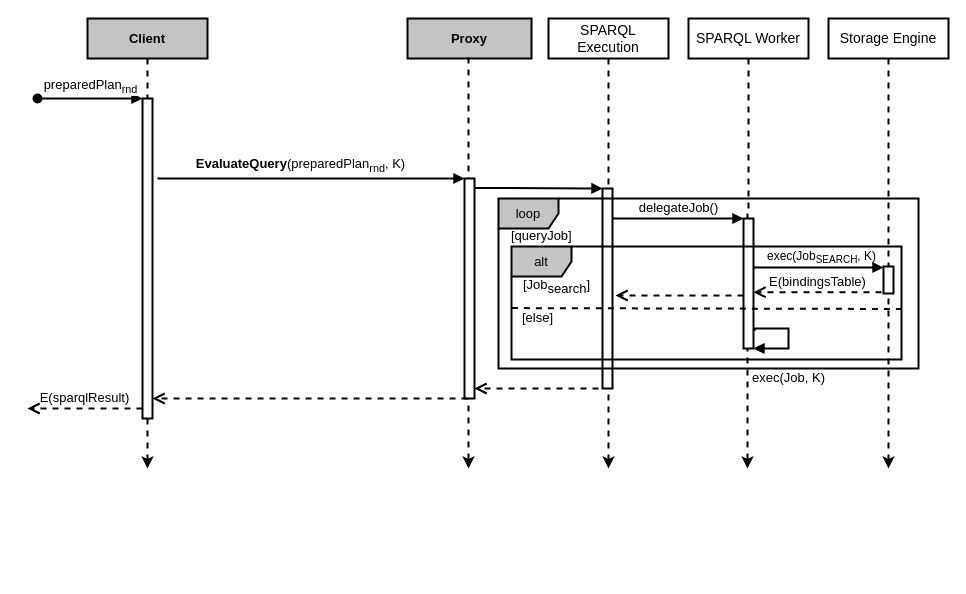
The draw.io diagram page "SEnTriQ (Query Evaluation)" (8 of 9) of Dissertation/Figures/Diagrams/Diagrams.drawio in DCebola/SEnTriS, before the edit. Source tidied: cells renumbered, new cells numbered last; positions are measured from the earlier drawing's top-left corner, leaving out a move shared by most shapes. Both pictures are drawn from the tidied source at 100%, with x=0, y=0 at pixel (27, 18).
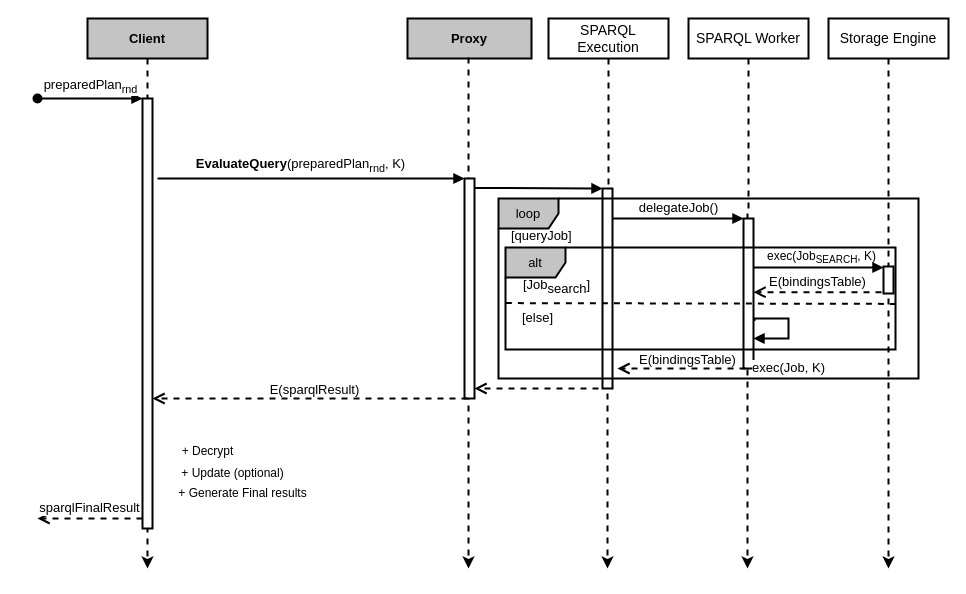
The same diagram, later.

Commit message (it also covers changes not shown here):
update eval figure to highlight update operations as well

Unchanged cells that the change refers to:
```xml
<mxCell id="2" value="Client" style="rounded=0;whiteSpace=wrap;html=1;fontStyle=1;fontSize=13;fillStyle=auto;strokeWidth=2;fillColor=#C4C4C4;" parent="1" vertex="1">
  <mxGeometry x="60" width="120" height="40" as="geometry" />
</mxCell>
<mxCell id="3" value="Proxy" style="rounded=0;whiteSpace=wrap;html=1;fontStyle=1;fontSize=13;strokeWidth=2;fillColor=#C4C4C4;" parent="1" vertex="1">
  <mxGeometry x="380" width="124" height="40" as="geometry" />
</mxCell>
<mxCell id="6" value="SPARQL Execution" style="rounded=0;whiteSpace=wrap;html=1;fontStyle=0;fontSize=14;fillColor=none;strokeWidth=2;" parent="1" vertex="1">
  <mxGeometry x="521" width="120" height="40" as="geometry" />
</mxCell>
<mxCell id="8" value="SPARQL Worker" style="rounded=0;whiteSpace=wrap;html=1;fontStyle=0;fontSize=14;fillColor=none;strokeWidth=2;" parent="1" vertex="1">
  <mxGeometry x="661" width="120" height="40" as="geometry" />
</mxCell>
<mxCell id="10" value="Storage Engine" style="rounded=0;whiteSpace=wrap;html=1;fontStyle=0;fontSize=14;strokeWidth=2;" parent="1" vertex="1">
  <mxGeometry x="801" width="120" height="40" as="geometry" />
</mxCell>
<mxCell id="31" style="html=1;verticalAlign=bottom;endArrow=open;dashed=1;endSize=8;curved=0;rounded=0;fontSize=13;jumpStyle=arc;strokeWidth=2;fontStyle=0;" parent="1" edge="1" target="13">
  <mxGeometry relative="1" as="geometry">
    <mxPoint x="440" y="380" as="sourcePoint" />
  </mxGeometry>
</mxCell>
```

Diff of the diagram source:
```diff
@@
     <mxCell id="4" style="edgeStyle=orthogonalEdgeStyle;rounded=0;jettySize=auto;html=1;exitX=0.5;exitY=1;exitDx=0;exitDy=0;dashed=1;fontSize=13;strokeWidth=2;fontStyle=0;" parent="1" edge="1" source="2">
       <mxGeometry relative="1" as="geometry">
-        <mxPoint x="120" y="450" as="targetPoint" />
+        <mxPoint x="120" y="550" as="targetPoint" />
         <Array as="points">
           <mxPoint x="120" y="195" />
         </Array>
       </mxGeometry>
     </mxCell>
     <mxCell id="5" style="edgeStyle=orthogonalEdgeStyle;rounded=0;jettySize=auto;html=1;exitX=0.5;exitY=1;exitDx=0;exitDy=0;dashed=1;fontSize=13;strokeWidth=2;fontStyle=0;" parent="1" edge="1" source="3">
       <mxGeometry relative="1" as="geometry">
-        <mxPoint x="441" y="450" as="targetPoint" />
+        <mxPoint x="441" y="550" as="targetPoint" />
         <Array as="points">
           <mxPoint x="441" y="40" />
         </Array>
       </mxGeometry>
     </mxCell>
@@
     <mxCell id="7" style="edgeStyle=orthogonalEdgeStyle;rounded=0;jettySize=auto;html=1;exitX=0.5;exitY=1;exitDx=0;exitDy=0;dashed=1;fontSize=13;strokeWidth=2;fontStyle=0;" parent="1" edge="1" source="6">
       <mxGeometry relative="1" as="geometry">
-        <mxPoint x="581" y="450" as="targetPoint" />
+        <mxPoint x="580" y="550" as="targetPoint" />
         <Array as="points">
           <mxPoint x="581" y="195" />
         </Array>
       </mxGeometry>
     </mxCell>
@@
     <mxCell id="9" style="edgeStyle=orthogonalEdgeStyle;rounded=0;jettySize=auto;html=1;exitX=0.5;exitY=1;exitDx=0;exitDy=0;dashed=1;fontSize=13;strokeWidth=2;fontStyle=0;" parent="1" edge="1" source="8">
       <mxGeometry relative="1" as="geometry">
-        <mxPoint x="720" y="450" as="targetPoint" />
+        <mxPoint x="720" y="550" as="targetPoint" />
         <Array as="points">
           <mxPoint x="721" y="195" />
         </Array>
       </mxGeometry>
     </mxCell>
@@
     <mxCell id="11" style="edgeStyle=orthogonalEdgeStyle;rounded=0;jettySize=auto;html=1;exitX=0.5;exitY=1;exitDx=0;exitDy=0;dashed=1;fontSize=13;strokeWidth=2;fontStyle=0;" parent="1" edge="1" source="10">
       <mxGeometry relative="1" as="geometry">
-        <mxPoint x="861" y="450" as="targetPoint" />
+        <mxPoint x="861" y="550" as="targetPoint" />
         <Array as="points">
           <mxPoint x="861" y="195" />
         </Array>
       </mxGeometry>
     </mxCell>
@@
     <mxCell id="13" style="html=1;points=[[0,0,0,0,5],[0,1,0,0,-5],[1,0,0,0,5],[1,1,0,0,-5]];perimeter=orthogonalPerimeter;outlineConnect=0;targetShapes=umlLifeline;portConstraint=eastwest;newEdgeStyle={&quot;curved&quot;:0,&quot;rounded&quot;:0};fontSize=13;strokeWidth=2;fontStyle=0;" parent="1" vertex="1">
-      <mxGeometry x="115" y="80" width="10" height="320" as="geometry" />
+      <mxGeometry x="115" y="80" width="10" height="430" as="geometry" />
     </mxCell>
@@
     <mxCell id="18" value="&lt;span style=&quot;font-size: 13px;&quot;&gt;loop&lt;/span&gt;" style="shape=umlFrame;whiteSpace=wrap;html=1;fontSize=13;strokeWidth=2;fontStyle=0;fillColor=#C4C4C4;" parent="1" vertex="1">
-      <mxGeometry x="471" y="180" width="420" height="170" as="geometry" />
+      <mxGeometry x="471" y="180" width="420" height="180" as="geometry" />
     </mxCell>
@@
     <mxCell id="20" style="html=1;points=[[0,0,0,0,5],[0,1,0,0,-5],[1,0,0,0,5],[1,1,0,0,-5]];perimeter=orthogonalPerimeter;outlineConnect=0;targetShapes=umlLifeline;portConstraint=eastwest;newEdgeStyle={&quot;curved&quot;:0,&quot;rounded&quot;:0};fontSize=13;strokeWidth=2;fontStyle=0;" parent="1" vertex="1">
-      <mxGeometry x="716" y="200" width="10" height="130" as="geometry" />
+      <mxGeometry x="716" y="200" width="10" height="150" as="geometry" />
     </mxCell>
     <mxCell id="21" value="&lt;span style=&quot;font-size: 13px;&quot;&gt;alt&lt;/span&gt;" style="shape=umlFrame;whiteSpace=wrap;html=1;fontSize=13;strokeWidth=2;fontStyle=0;fillColor=#C4C4C4;" parent="1" vertex="1">
-      <mxGeometry x="484" y="228" width="390" height="113" as="geometry" />
+      <mxGeometry x="478" y="229" width="390" height="102" as="geometry" />
     </mxCell>
@@
     <mxCell id="27" style="html=1;verticalAlign=bottom;endArrow=open;dashed=1;endSize=8;curved=0;rounded=0;exitX=0;exitY=1;exitDx=0;exitDy=-5;fontSize=13;strokeWidth=2;fontStyle=0;" parent="1" edge="1">
       <mxGeometry relative="1" as="geometry">
-        <mxPoint x="716" y="277" as="sourcePoint" />
-        <mxPoint x="588" y="277" as="targetPoint" />
+        <mxPoint x="718" y="350" as="sourcePoint" />
+        <mxPoint x="590" y="350" as="targetPoint" />
       </mxGeometry>
     </mxCell>
+    <mxCell id="35" value="&lt;span style=&quot;font-size: 13px;&quot;&gt;E(bindingsTable)&lt;/span&gt;" style="edgeLabel;html=1;align=center;verticalAlign=middle;" parent="27" vertex="1">
+      <mxGeometry x="0.14" relative="1" as="geometry">
+        <mxPoint x="14" y="-10" as="offset" />
+      </mxGeometry>
+    </mxCell>
     <mxCell id="28" value="exec(Job, K)" style="html=1;verticalAlign=bottom;endArrow=block;rounded=0;edgeStyle=orthogonalEdgeStyle;fontSize=13;strokeWidth=2;fontStyle=0;" parent="1" edge="1">
       <mxGeometry x="0.23" y="-40" relative="1" as="geometry">
-        <mxPoint x="726" y="311.5" as="sourcePoint" />
-        <mxPoint x="726" y="330" as="targetPoint" />
+        <mxPoint x="726" y="301.5" as="sourcePoint" />
+        <mxPoint x="726" y="320" as="targetPoint" />
         <Array as="points">
-          <mxPoint x="727" y="312" />
-          <mxPoint x="727" y="310" />
-          <mxPoint x="761" y="310" />
-          <mxPoint x="761" y="330" />
-          <mxPoint x="726" y="330" />
+          <mxPoint x="727" y="302" />
+          <mxPoint x="727" y="300" />
+          <mxPoint x="761" y="300" />
+          <mxPoint x="761" y="320" />
+          <mxPoint x="726" y="320" />
         </Array>
         <mxPoint x="40" y="40" as="offset" />
       </mxGeometry>
     </mxCell>
@@
+    <mxCell id="34" value="&lt;span style=&quot;color: rgb(0, 0, 0); font-family: Helvetica; font-size: 13px; font-style: normal; font-variant-ligatures: normal; font-variant-caps: normal; font-weight: 400; letter-spacing: normal; orphans: 2; text-align: center; text-indent: 0px; text-transform: none; widows: 2; word-spacing: 0px; -webkit-text-stroke-width: 0px; white-space: nowrap; background-color: rgb(255, 255, 255); text-decoration-thickness: initial; text-decoration-style: initial; text-decoration-color: initial; display: inline !important; float: none;&quot;&gt;E(sparqlResult)&lt;/span&gt;" style="edgeLabel;html=1;align=center;verticalAlign=middle;" parent="31" vertex="1">
+      <mxGeometry x="-0.02" y="-3" relative="1" as="geometry">
+        <mxPoint y="-7" as="offset" />
+      </mxGeometry>
+    </mxCell>
@@
-    <mxCell id="34" value="E(sparqlResult)" style="html=1;verticalAlign=bottom;endArrow=open;dashed=1;endSize=8;curved=0;rounded=0;fontSize=13;jumpStyle=arc;strokeWidth=2;fontStyle=0;" parent="1" edge="1">
-      <mxGeometry relative="1" as="geometry">
-        <mxPoint x="115" y="390" as="sourcePoint" />
-        <mxPoint y="390" as="targetPoint" />
-      </mxGeometry>
-    </mxCell>
+    <mxCell id="36" value="sparqlFinalResult" style="html=1;verticalAlign=bottom;endArrow=open;dashed=1;endSize=8;curved=0;rounded=0;exitX=0;exitY=1;exitDx=0;exitDy=-5;fontSize=13;strokeWidth=2;fontStyle=0;" parent="1" edge="1">
+      <mxGeometry relative="1" as="geometry">
+        <mxPoint x="115" y="500" as="sourcePoint" />
+        <mxPoint x="10" y="500" as="targetPoint" />
+      </mxGeometry>
+    </mxCell>
+    <mxCell id="37" value="+ Decrypt" style="text;html=1;align=center;verticalAlign=middle;strokeColor=none;fillColor=none;" parent="1" vertex="1">
+      <mxGeometry x="140" y="418" width="80" height="30" as="geometry" />
+    </mxCell>
+    <mxCell id="38" value="+ Update (optional)" style="text;html=1;align=center;verticalAlign=middle;strokeColor=none;fillColor=none;" parent="1" vertex="1">
+      <mxGeometry x="140" y="440" width="130" height="30" as="geometry" />
+    </mxCell>
+    <mxCell id="39" value="+ Generate Final results" style="text;html=1;align=center;verticalAlign=middle;strokeColor=none;fillColor=none;" parent="1" vertex="1">
+      <mxGeometry x="140" y="460" width="150" height="30" as="geometry" />
+    </mxCell>
```
